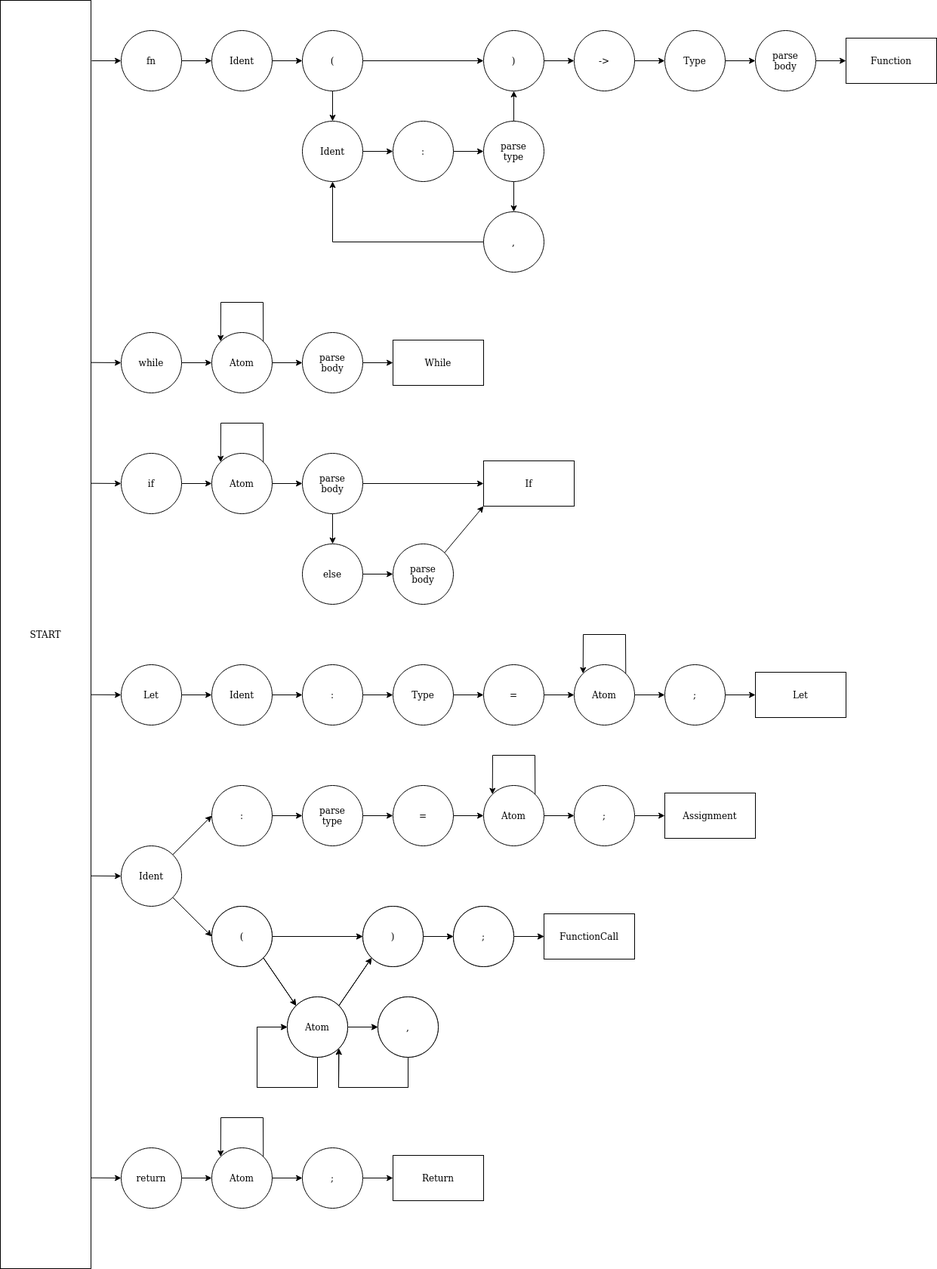
Before: images/parser/rubigo_parser_fsm.png, a diagram exported from draw.io (Blinningjr/rubigo-lang). Source tidied: cells renumbered, new cells last; positions are measured from the earlier drawing's top-left corner, leaving out a move shared by most shapes.
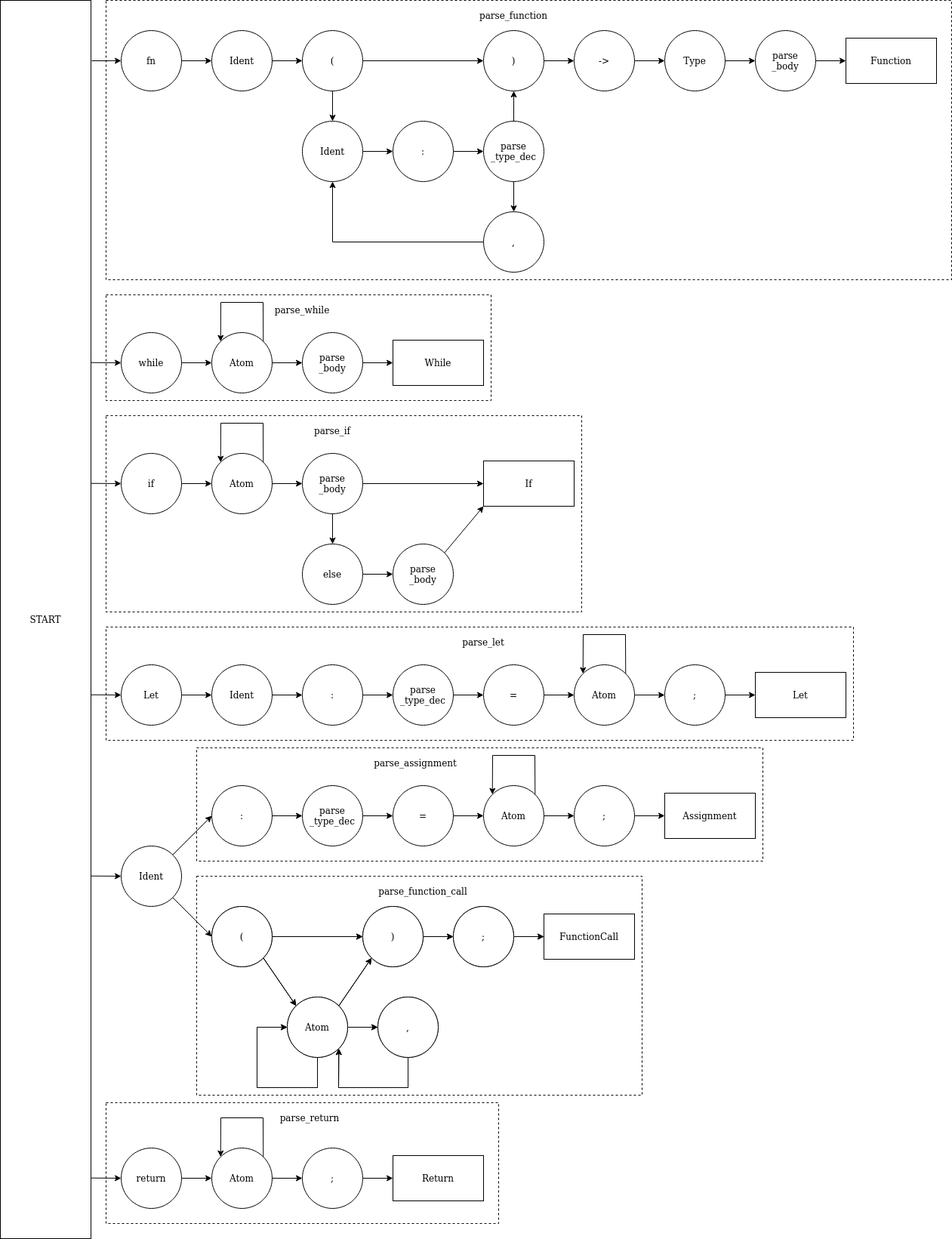
Above is the later version.

Diff of the diagram source:
```diff
@@ -2,6 +2,27 @@
   <root>
     <mxCell id="0" />
     <mxCell id="1" parent="0" />
+    <mxCell id="121" style="rounded=0;whiteSpace=wrap;html=1;dashed=1;" parent="1" vertex="1">
+      <mxGeometry x="140" y="1460" width="520" height="160" as="geometry" />
+    </mxCell>
+    <mxCell id="122" style="rounded=0;whiteSpace=wrap;html=1;dashed=1;" parent="1" vertex="1">
+      <mxGeometry x="260" y="1160" width="590" height="290" as="geometry" />
+    </mxCell>
+    <mxCell id="123" style="rounded=0;whiteSpace=wrap;html=1;dashed=1;" parent="1" vertex="1">
+      <mxGeometry x="260" y="990" width="750" height="150" as="geometry" />
+    </mxCell>
+    <mxCell id="124" style="rounded=0;whiteSpace=wrap;html=1;dashed=1;" parent="1" vertex="1">
+      <mxGeometry x="140" y="830" width="990" height="150" as="geometry" />
+    </mxCell>
+    <mxCell id="125" style="rounded=0;whiteSpace=wrap;html=1;dashed=1;" parent="1" vertex="1">
+      <mxGeometry x="140" y="550" width="630" height="260" as="geometry" />
+    </mxCell>
+    <mxCell id="126" style="rounded=0;whiteSpace=wrap;html=1;dashed=1;" parent="1" vertex="1">
+      <mxGeometry x="140" y="390" width="510" height="140" as="geometry" />
+    </mxCell>
+    <mxCell id="127" style="rounded=0;whiteSpace=wrap;html=1;dashed=1;" parent="1" vertex="1">
+      <mxGeometry x="140" width="1120" height="370" as="geometry" />
+    </mxCell>
     <mxCell id="2" style="edgeStyle=orthogonalEdgeStyle;rounded=0;jettySize=auto;html=1;exitX=1;exitY=0.5;exitDx=0;exitDy=0;entryX=0;entryY=0.5;entryDx=0;entryDy=0;" parent="1" edge="1" source="4" target="11">
       <mxGeometry relative="1" as="geometry" />
     </mxCell>
@@ -143,7 +164,7 @@
     <mxCell id="40" style="edgeStyle=orthogonalEdgeStyle;rounded=0;jettySize=auto;html=1;exitX=0.5;exitY=0;exitDx=0;exitDy=0;entryX=0.5;entryY=1;entryDx=0;entryDy=0;" parent="1" edge="1" source="41" target="45">
       <mxGeometry relative="1" as="geometry" />
     </mxCell>
-    <mxCell id="41" value="&lt;div&gt;parse&lt;/div&gt;&lt;div&gt;type&lt;br&gt;&lt;/div&gt;" style="ellipse;whiteSpace=wrap;html=1;" parent="1" vertex="1">
+    <mxCell id="41" value="&lt;div&gt;parse&lt;br&gt;_type_dec&lt;br&gt;&lt;/div&gt;" style="ellipse;whiteSpace=wrap;html=1;" parent="1" vertex="1">
       <mxGeometry x="640" y="160" width="80" height="80" as="geometry" />
     </mxCell>
     <mxCell id="42" style="edgeStyle=orthogonalEdgeStyle;rounded=0;jettySize=auto;html=1;exitX=0;exitY=0.5;exitDx=0;exitDy=0;entryX=0.5;entryY=1;entryDx=0;entryDy=0;" parent="1" edge="1" source="43" target="36">
@@ -173,7 +194,7 @@
     <mxCell id="50" style="edgeStyle=orthogonalEdgeStyle;rounded=0;jettySize=auto;html=1;exitX=1;exitY=0.5;exitDx=0;exitDy=0;" parent="1" edge="1" source="51" target="114">
       <mxGeometry relative="1" as="geometry" />
     </mxCell>
-    <mxCell id="51" value="&lt;div&gt;parse&lt;/div&gt;&lt;div&gt;body&lt;br&gt;&lt;/div&gt;" style="ellipse;whiteSpace=wrap;html=1;" parent="1" vertex="1">
+    <mxCell id="51" value="&lt;div&gt;parse&lt;/div&gt;&lt;div&gt;_body&lt;br&gt;&lt;/div&gt;" style="ellipse;whiteSpace=wrap;html=1;" parent="1" vertex="1">
       <mxGeometry x="1000" y="40" width="80" height="80" as="geometry" />
     </mxCell>
     <mxCell id="52" style="edgeStyle=orthogonalEdgeStyle;rounded=0;jettySize=auto;html=1;exitX=1;exitY=0.5;exitDx=0;exitDy=0;entryX=0;entryY=0.5;entryDx=0;entryDy=0;" parent="1" edge="1" source="53" target="55">
@@ -194,7 +215,7 @@
     <mxCell id="57" style="edgeStyle=none;rounded=0;jettySize=auto;html=1;exitX=0.5;exitY=1;exitDx=0;exitDy=0;entryX=0.5;entryY=0;entryDx=0;entryDy=0;" parent="1" edge="1" source="58" target="60">
       <mxGeometry relative="1" as="geometry" />
     </mxCell>
-    <mxCell id="58" value="&lt;div&gt;parse&lt;/div&gt;&lt;div&gt;body&lt;br&gt;&lt;/div&gt;" style="ellipse;whiteSpace=wrap;html=1;" parent="1" vertex="1">
+    <mxCell id="58" value="&lt;div&gt;parse&lt;/div&gt;&lt;div&gt;_body&lt;br&gt;&lt;/div&gt;" style="ellipse;whiteSpace=wrap;html=1;" parent="1" vertex="1">
       <mxGeometry x="400" y="600" width="80" height="80" as="geometry" />
     </mxCell>
     <mxCell id="59" style="edgeStyle=none;rounded=0;jettySize=auto;html=1;exitX=1;exitY=0.5;exitDx=0;exitDy=0;entryX=0;entryY=0.5;entryDx=0;entryDy=0;" parent="1" edge="1" source="60" target="62">
@@ -206,7 +227,7 @@
     <mxCell id="61" style="edgeStyle=none;rounded=0;jettySize=auto;html=1;exitX=1;exitY=0;exitDx=0;exitDy=0;entryX=0;entryY=1;entryDx=0;entryDy=0;" parent="1" edge="1" source="62" target="116">
       <mxGeometry relative="1" as="geometry" />
     </mxCell>
-    <mxCell id="62" value="&lt;div&gt;parse&lt;/div&gt;&lt;div&gt;body&lt;br&gt;&lt;/div&gt;" style="ellipse;whiteSpace=wrap;html=1;" parent="1" vertex="1">
+    <mxCell id="62" value="&lt;div&gt;parse&lt;/div&gt;&lt;div&gt;_body&lt;br&gt;&lt;/div&gt;" style="ellipse;whiteSpace=wrap;html=1;" parent="1" vertex="1">
       <mxGeometry x="520" y="720" width="80" height="80" as="geometry" />
     </mxCell>
     <mxCell id="63" style="edgeStyle=none;rounded=0;orthogonalLoop=1;jettySize=auto;html=1;exitX=1;exitY=0;exitDx=0;exitDy=0;entryX=0;entryY=0;entryDx=0;entryDy=0;" parent="1" edge="1" source="55" target="55">
@@ -238,7 +259,7 @@
     <mxCell id="70" style="edgeStyle=none;rounded=0;jettySize=auto;html=1;exitX=1;exitY=0.5;exitDx=0;exitDy=0;entryX=0;entryY=0.5;entryDx=0;entryDy=0;" parent="1" edge="1" source="71" target="73">
       <mxGeometry relative="1" as="geometry" />
     </mxCell>
-    <mxCell id="71" value="Type" style="ellipse;whiteSpace=wrap;html=1;" parent="1" vertex="1">
+    <mxCell id="71" value="&lt;div&gt;parse&lt;br&gt;_type_dec&lt;br&gt;&lt;/div&gt;" style="ellipse;whiteSpace=wrap;html=1;" parent="1" vertex="1">
       <mxGeometry x="520" y="880" width="80" height="80" as="geometry" />
     </mxCell>
     <mxCell id="72" style="edgeStyle=none;rounded=0;jettySize=auto;html=1;exitX=1;exitY=0.5;exitDx=0;exitDy=0;entryX=0;entryY=0.5;entryDx=0;entryDy=0;" parent="1" edge="1" source="73" target="75">
@@ -308,7 +329,7 @@
     <mxCell id="90" style="edgeStyle=orthogonalEdgeStyle;rounded=0;jettySize=auto;html=1;exitX=1;exitY=0.5;exitDx=0;exitDy=0;" parent="1" edge="1" source="91" target="115">
       <mxGeometry relative="1" as="geometry" />
     </mxCell>
-    <mxCell id="91" value="&lt;div&gt;parse&lt;/div&gt;&lt;div&gt;body&lt;br&gt;&lt;/div&gt;" style="ellipse;whiteSpace=wrap;html=1;" parent="1" vertex="1">
+    <mxCell id="91" value="&lt;div&gt;parse&lt;/div&gt;&lt;div&gt;_body&lt;br&gt;&lt;/div&gt;" style="ellipse;whiteSpace=wrap;html=1;" parent="1" vertex="1">
       <mxGeometry x="400" y="440" width="80" height="80" as="geometry" />
     </mxCell>
     <mxCell id="92" style="rounded=0;orthogonalLoop=1;jettySize=auto;html=1;exitX=1;exitY=0;exitDx=0;exitDy=0;entryX=0;entryY=0;entryDx=0;entryDy=0;" parent="1" edge="1" source="89" target="89">
@@ -337,7 +358,7 @@
     <mxCell id="98" style="edgeStyle=none;rounded=0;jettySize=auto;html=1;exitX=1;exitY=0.5;exitDx=0;exitDy=0;entryX=0;entryY=0.5;entryDx=0;entryDy=0;" parent="1" edge="1" source="99" target="101">
       <mxGeometry relative="1" as="geometry" />
     </mxCell>
-    <mxCell id="99" value="&lt;div&gt;parse&lt;/div&gt;&lt;div&gt;type&lt;br&gt;&lt;/div&gt;" style="ellipse;whiteSpace=wrap;html=1;" parent="1" vertex="1">
+    <mxCell id="99" value="&lt;div&gt;parse&lt;br&gt;_type_dec&lt;br&gt;&lt;/div&gt;" style="ellipse;whiteSpace=wrap;html=1;" parent="1" vertex="1">
       <mxGeometry x="400" y="1040" width="80" height="80" as="geometry" />
     </mxCell>
     <mxCell id="100" style="edgeStyle=none;rounded=0;jettySize=auto;html=1;exitX=1;exitY=0.5;exitDx=0;exitDy=0;entryX=0;entryY=0.5;entryDx=0;entryDy=0;" parent="1" edge="1" source="101" target="103">
@@ -367,7 +388,7 @@
       </mxGeometry>
     </mxCell>
     <mxCell id="107" value="START" style="rounded=0;whiteSpace=wrap;html=1;" parent="1" vertex="1">
-      <mxGeometry width="120" height="1680" as="geometry" />
+      <mxGeometry width="120" height="1640" as="geometry" />
     </mxCell>
     <mxCell id="108" style="endArrow=classic;html=1;entryX=0;entryY=0.5;entryDx=0;entryDy=0;" parent="1" edge="1" target="29">
       <mxGeometry relative="1" as="geometry">
@@ -420,5 +441,26 @@
     <mxCell id="120" value="Return" style="rounded=0;whiteSpace=wrap;html=1;" parent="1" vertex="1">
       <mxGeometry x="520" y="1530" width="120" height="60" as="geometry" />
     </mxCell>
+    <mxCell id="128" value="parse_function" style="text;html=1;strokeColor=none;fillColor=none;align=center;verticalAlign=middle;whiteSpace=wrap;rounded=0;" parent="1" vertex="1">
+      <mxGeometry x="660" y="10" width="40" height="20" as="geometry" />
+    </mxCell>
+    <mxCell id="129" value="parse_while" style="text;html=1;strokeColor=none;fillColor=none;align=center;verticalAlign=middle;whiteSpace=wrap;rounded=0;dashed=1;" parent="1" vertex="1">
+      <mxGeometry x="380" y="400" width="40" height="20" as="geometry" />
+    </mxCell>
+    <mxCell id="130" value="parse_if" style="text;html=1;strokeColor=none;fillColor=none;align=center;verticalAlign=middle;whiteSpace=wrap;rounded=0;dashed=1;" parent="1" vertex="1">
+      <mxGeometry x="420" y="560" width="40" height="20" as="geometry" />
+    </mxCell>
+    <mxCell id="131" value="parse_let" style="text;html=1;strokeColor=none;fillColor=none;align=center;verticalAlign=middle;whiteSpace=wrap;rounded=0;dashed=1;" parent="1" vertex="1">
+      <mxGeometry x="620" y="840" width="40" height="20" as="geometry" />
+    </mxCell>
+    <mxCell id="132" value="parse_assignment" style="text;html=1;strokeColor=none;fillColor=none;align=center;verticalAlign=middle;whiteSpace=wrap;rounded=0;dashed=1;" parent="1" vertex="1">
+      <mxGeometry x="530" y="1000" width="40" height="20" as="geometry" />
+    </mxCell>
+    <mxCell id="133" value="parse_function_call" style="text;html=1;strokeColor=none;fillColor=none;align=center;verticalAlign=middle;whiteSpace=wrap;rounded=0;dashed=1;" parent="1" vertex="1">
+      <mxGeometry x="540" y="1170" width="40" height="20" as="geometry" />
+    </mxCell>
+    <mxCell id="134" value="parse_return" style="text;html=1;strokeColor=none;fillColor=none;align=center;verticalAlign=middle;whiteSpace=wrap;rounded=0;dashed=1;" parent="1" vertex="1">
+      <mxGeometry x="390" y="1470" width="40" height="20" as="geometry" />
+    </mxCell>
   </root>
 </mxGraphModel>
```
